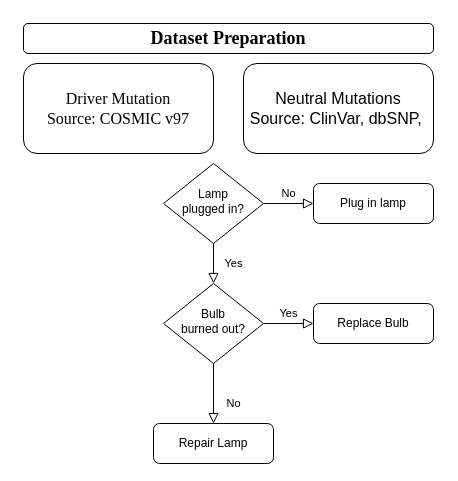
amitphogat/Phogat keeps this draw.io diagram as Untitled Diagram.drawio. Above is the earlier version. Source tidied: cells renumbered, new cells numbered last; positions are measured from the earlier drawing's top-left corner, leaving out a move shared by most shapes. Both pictures are drawn from the tidied source at 100%, with x=0, y=0 at pixel (23, 23).
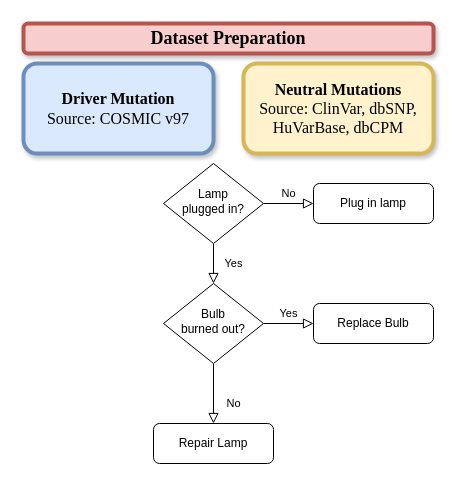
The same page after the edit.

Change to the diagram source:
```diff
@@
 <mxGraphModel>
   <root>
     <mxCell id="0" />
     <mxCell id="1" parent="0" />
-    <mxCell id="2" value="Dataset Preparation" style="rounded=1;whiteSpace=wrap;html=1;fontSize=18;glass=0;strokeWidth=1;shadow=0;fontFamily=Times New Roman;fontStyle=1;" parent="1" vertex="1">
+    <mxCell id="2" value="Dataset Preparation" style="rounded=1;whiteSpace=wrap;html=1;fontSize=18;glass=0;strokeWidth=4;shadow=1;fontFamily=Times New Roman;fontStyle=1;fillColor=#f8cecc;strokeColor=#b85450;" parent="1" vertex="1">
       <mxGeometry width="410" height="30" as="geometry" />
     </mxCell>
     <mxCell id="3" value="Yes" style="rounded=0;html=1;jettySize=auto;fontSize=11;endArrow=block;endFill=0;endSize=8;strokeWidth=1;shadow=0;labelBackgroundColor=none;edgeStyle=orthogonalEdgeStyle;" parent="1" edge="1" source="5" target="9">
       <mxGeometry y="20" relative="1" as="geometry" />
     </mxCell>
     <mxCell id="4" value="No" style="edgeStyle=orthogonalEdgeStyle;rounded=0;html=1;jettySize=auto;fontSize=11;endArrow=block;endFill=0;endSize=8;strokeWidth=1;shadow=0;labelBackgroundColor=none;" parent="1" edge="1" source="5" target="6">
       <mxGeometry y="10" relative="1" as="geometry" />
     </mxCell>
     <mxCell id="5" value="Lamp&lt;br&gt;plugged in?" style="rhombus;whiteSpace=wrap;html=1;shadow=0;fontFamily=Helvetica;fontSize=12;align=center;strokeWidth=1;spacing=6;spacingTop=-4;" parent="1" vertex="1">
       <mxGeometry x="140" y="140" width="100" height="80" as="geometry" />
     </mxCell>
     <mxCell id="6" value="Plug in lamp" style="rounded=1;whiteSpace=wrap;html=1;fontSize=12;glass=0;strokeWidth=1;shadow=0;" parent="1" vertex="1">
       <mxGeometry x="290" y="160" width="120" height="40" as="geometry" />
     </mxCell>
     <mxCell id="7" value="No" style="rounded=0;html=1;jettySize=auto;fontSize=11;endArrow=block;endFill=0;endSize=8;strokeWidth=1;shadow=0;labelBackgroundColor=none;edgeStyle=orthogonalEdgeStyle;" parent="1" edge="1" source="9" target="10">
       <mxGeometry x="0.33" y="20" relative="1" as="geometry" />
     </mxCell>
     <mxCell id="8" value="Yes" style="edgeStyle=orthogonalEdgeStyle;rounded=0;html=1;jettySize=auto;fontSize=11;endArrow=block;endFill=0;endSize=8;strokeWidth=1;shadow=0;labelBackgroundColor=none;" parent="1" edge="1" source="9" target="11">
       <mxGeometry y="10" relative="1" as="geometry" />
     </mxCell>
     <mxCell id="9" value="Bulb&lt;br&gt;burned out?" style="rhombus;whiteSpace=wrap;html=1;shadow=0;fontFamily=Helvetica;fontSize=12;align=center;strokeWidth=1;spacing=6;spacingTop=-4;" parent="1" vertex="1">
       <mxGeometry x="140" y="260" width="100" height="80" as="geometry" />
     </mxCell>
     <mxCell id="10" value="Repair Lamp" style="rounded=1;whiteSpace=wrap;html=1;fontSize=12;glass=0;strokeWidth=1;shadow=0;" parent="1" vertex="1">
       <mxGeometry x="130" y="400" width="120" height="40" as="geometry" />
     </mxCell>
     <mxCell id="11" value="Replace Bulb" style="rounded=1;whiteSpace=wrap;html=1;fontSize=12;glass=0;strokeWidth=1;shadow=0;" parent="1" vertex="1">
       <mxGeometry x="290" y="280" width="120" height="40" as="geometry" />
     </mxCell>
-    <mxCell id="12" value="Driver Mutation&lt;div&gt;Source: COSMIC v97&lt;/div&gt;" style="rounded=1;whiteSpace=wrap;html=1;fontSize=16;glass=0;strokeWidth=1;shadow=0;fontFamily=Times New Roman;" parent="1" vertex="1">
+    <mxCell id="12" value="&lt;b&gt;Driver Mutation&lt;/b&gt;&lt;div&gt;Source: COSMIC v97&lt;/div&gt;" style="rounded=1;whiteSpace=wrap;html=1;fontSize=16;glass=0;strokeWidth=4;shadow=1;fontFamily=Times New Roman;labelBackgroundColor=none;fillColor=#dae8fc;strokeColor=#6c8ebf;" parent="1" vertex="1">
       <mxGeometry y="40" width="190" height="90" as="geometry" />
     </mxCell>
-    <mxCell id="13" value="Neutral Mutations&lt;div&gt;Source: ClinVar, dbSNP,&amp;nbsp;&lt;/div&gt;" style="rounded=1;whiteSpace=wrap;html=1;fontSize=16;glass=0;strokeWidth=1;shadow=0;" parent="1" vertex="1">
+    <mxCell id="13" value="&lt;b&gt;Neutral Mutations&lt;/b&gt;&lt;div&gt;Source: ClinVar, dbSNP, HuVarBase, dbCPM&lt;/div&gt;" style="rounded=1;whiteSpace=wrap;html=1;fontSize=16;glass=0;strokeWidth=4;shadow=1;fontFamily=Times New Roman;labelBackgroundColor=none;fillColor=#fff2cc;strokeColor=#d6b656;" parent="1" vertex="1">
       <mxGeometry x="220" y="40" width="190" height="90" as="geometry" />
     </mxCell>
   </root>
 </mxGraphModel>
```
